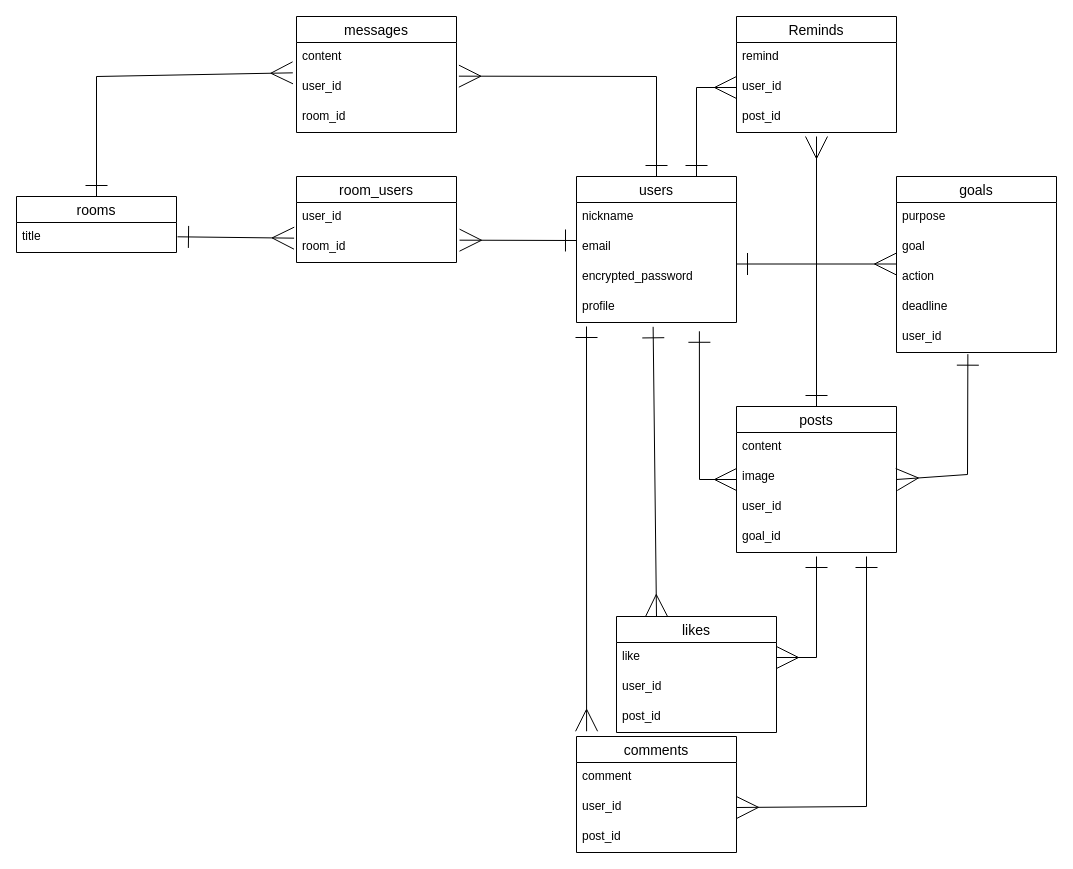
Earlier version of the draw.io diagram README.dio (pig002238/new-me). Source tidied: cells renumbered, new cells numbered last; positions are measured from the earlier drawing's top-left corner, leaving out a move shared by most shapes. Both pictures are drawn from the tidied source at 100%, with x=0, y=0 at pixel (16, 16).
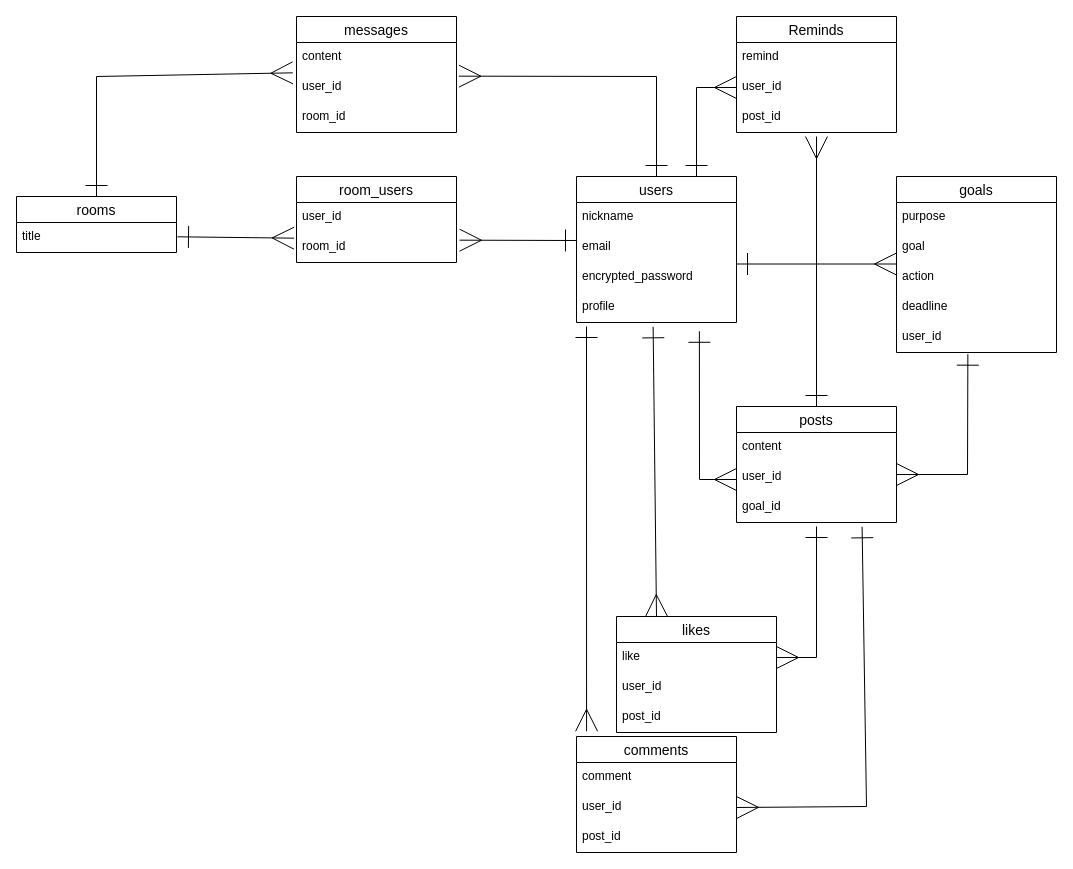
Above is the later version.

Unchanged cells that the change refers to:
```xml
<mxCell id="6" value="profile" style="text;strokeColor=none;fillColor=none;spacingLeft=4;spacingRight=4;overflow=hidden;points=[[0,0.5],[1,0.5]];portConstraint=eastwest;fontSize=12;" parent="2" vertex="1">
  <mxGeometry y="116" width="160" height="30" as="geometry" />
</mxCell>
<mxCell id="12" value="user_id" style="text;strokeColor=none;fillColor=none;spacingLeft=4;spacingRight=4;overflow=hidden;points=[[0,0.5],[1,0.5]];portConstraint=eastwest;fontSize=12;" parent="7" vertex="1">
  <mxGeometry y="146" width="160" height="30" as="geometry" />
</mxCell>
<mxCell id="22" value="like" style="text;strokeColor=none;fillColor=none;spacingLeft=4;spacingRight=4;overflow=hidden;points=[[0,0.5],[1,0.5]];portConstraint=eastwest;fontSize=12;" parent="21" vertex="1">
  <mxGeometry y="26" width="160" height="30" as="geometry" />
</mxCell>
<mxCell id="42" value="user_id" style="text;strokeColor=none;fillColor=none;spacingLeft=4;spacingRight=4;overflow=hidden;points=[[0,0.5],[1,0.5]];portConstraint=eastwest;fontSize=12;" parent="40" vertex="1">
  <mxGeometry y="56" width="160" height="30" as="geometry" />
</mxCell>
```

Change to the diagram source:
```diff
@@
     <mxCell id="13" value="posts" style="swimlane;fontStyle=0;horizontal=1;startSize=26;align=center;fontSize=14;" parent="1" vertex="1">
-      <mxGeometry x="720" y="390" width="160" height="146" as="geometry" />
+      <mxGeometry x="720" y="390" width="160" height="116" as="geometry" />
     </mxCell>
@@
-    <mxCell id="15" value="image&#10;" style="text;strokeColor=none;fillColor=none;spacingLeft=4;spacingRight=4;overflow=hidden;fontSize=12;" parent="13" vertex="1">
-      <mxGeometry y="56" width="160" height="30" as="geometry" />
-    </mxCell>
     <mxCell id="16" value="user_id" style="text;strokeColor=none;fillColor=none;spacingLeft=4;spacingRight=4;overflow=hidden;fontSize=12;" parent="13" vertex="1">
-      <mxGeometry y="86" width="160" height="30" as="geometry" />
+      <mxGeometry y="56" width="160" height="30" as="geometry" />
     </mxCell>
     <mxCell id="17" value="goal_id" style="text;strokeColor=none;fillColor=none;spacingLeft=4;spacingRight=4;overflow=hidden;points=[[0,0.5],[1,0.5]];portConstraint=eastwest;fontSize=12;" parent="13" vertex="1">
-      <mxGeometry y="116" width="160" height="30" as="geometry" />
+      <mxGeometry y="86" width="160" height="30" as="geometry" />
     </mxCell>
@@
-    <mxCell id="19" style="endArrow=ERmany;html=1;rounded=0;entryX=1;entryY=0.5;entryDx=0;entryDy=0;exitX=0.446;exitY=1.056;exitDx=0;exitDy=0;exitPerimeter=0;endFill=0;startArrow=ERone;startFill=0;targetPerimeterSpacing=20;sourcePerimeterSpacing=20;endSize=20;startSize=20;" parent="1" edge="1" source="12" target="13">
+    <mxCell id="19" style="endArrow=ERmany;html=1;rounded=0;exitX=0.446;exitY=1.056;exitDx=0;exitDy=0;exitPerimeter=0;endFill=0;startArrow=ERone;startFill=0;targetPerimeterSpacing=20;sourcePerimeterSpacing=20;endSize=20;startSize=20;" parent="1" edge="1" source="12">
       <mxGeometry relative="1" as="geometry">
+        <mxPoint x="880" y="458" as="targetPoint" />
         <Array as="points">
           <mxPoint x="951" y="458" />
         </Array>
       </mxGeometry>
     </mxCell>
-    <mxCell id="20" style="endArrow=ERmany;html=1;rounded=0;entryX=0;entryY=0.5;entryDx=0;entryDy=0;endFill=0;targetPerimeterSpacing=20;sourcePerimeterSpacing=20;endSize=20;startSize=20;startArrow=ERone;startFill=0;exitX=0.768;exitY=1.293;exitDx=0;exitDy=0;exitPerimeter=0;" parent="1" edge="1" source="6" target="13">
+    <mxCell id="20" style="endArrow=ERmany;html=1;rounded=0;endFill=0;targetPerimeterSpacing=20;sourcePerimeterSpacing=20;endSize=20;startSize=20;startArrow=ERone;startFill=0;exitX=0.768;exitY=1.293;exitDx=0;exitDy=0;exitPerimeter=0;" parent="1" edge="1" source="6">
       <mxGeometry relative="1" as="geometry">
+        <mxPoint x="720" y="463" as="targetPoint" />
         <Array as="points">
           <mxPoint x="683" y="463" />
         </Array>
       </mxGeometry>
     </mxCell>
@@
     <mxCell id="26" style="endArrow=ERone;html=1;rounded=0;startSize=20;endSize=20;sourcePerimeterSpacing=20;targetPerimeterSpacing=20;startArrow=ERmany;startFill=0;endFill=0;exitX=1;exitY=0.5;exitDx=0;exitDy=0;" parent="1" edge="1" source="22">
       <mxGeometry relative="1" as="geometry">
-        <mxPoint x="800" y="540" as="targetPoint" />
+        <mxPoint x="800" y="510" as="targetPoint" />
         <Array as="points">
           <mxPoint x="800" y="641" />
         </Array>
       </mxGeometry>
     </mxCell>
@@
-    <mxCell id="45" style="endArrow=ERmany;html=1;rounded=0;startSize=20;endSize=20;sourcePerimeterSpacing=20;targetPerimeterSpacing=20;entryX=1;entryY=0.5;entryDx=0;entryDy=0;endFill=0;startArrow=ERone;startFill=0;" parent="1" edge="1" target="42">
+    <mxCell id="45" style="endArrow=ERmany;html=1;rounded=0;startSize=20;endSize=20;sourcePerimeterSpacing=20;targetPerimeterSpacing=20;entryX=1;entryY=0.5;entryDx=0;entryDy=0;endFill=0;startArrow=ERone;startFill=0;exitX=0.785;exitY=1.144;exitDx=0;exitDy=0;exitPerimeter=0;" parent="1" edge="1" source="17" target="42">
       <mxGeometry relative="1" as="geometry">
-        <mxPoint x="850" y="540" as="sourcePoint" />
         <Array as="points">
           <mxPoint x="850" y="790" />
         </Array>
       </mxGeometry>
     </mxCell>
```
